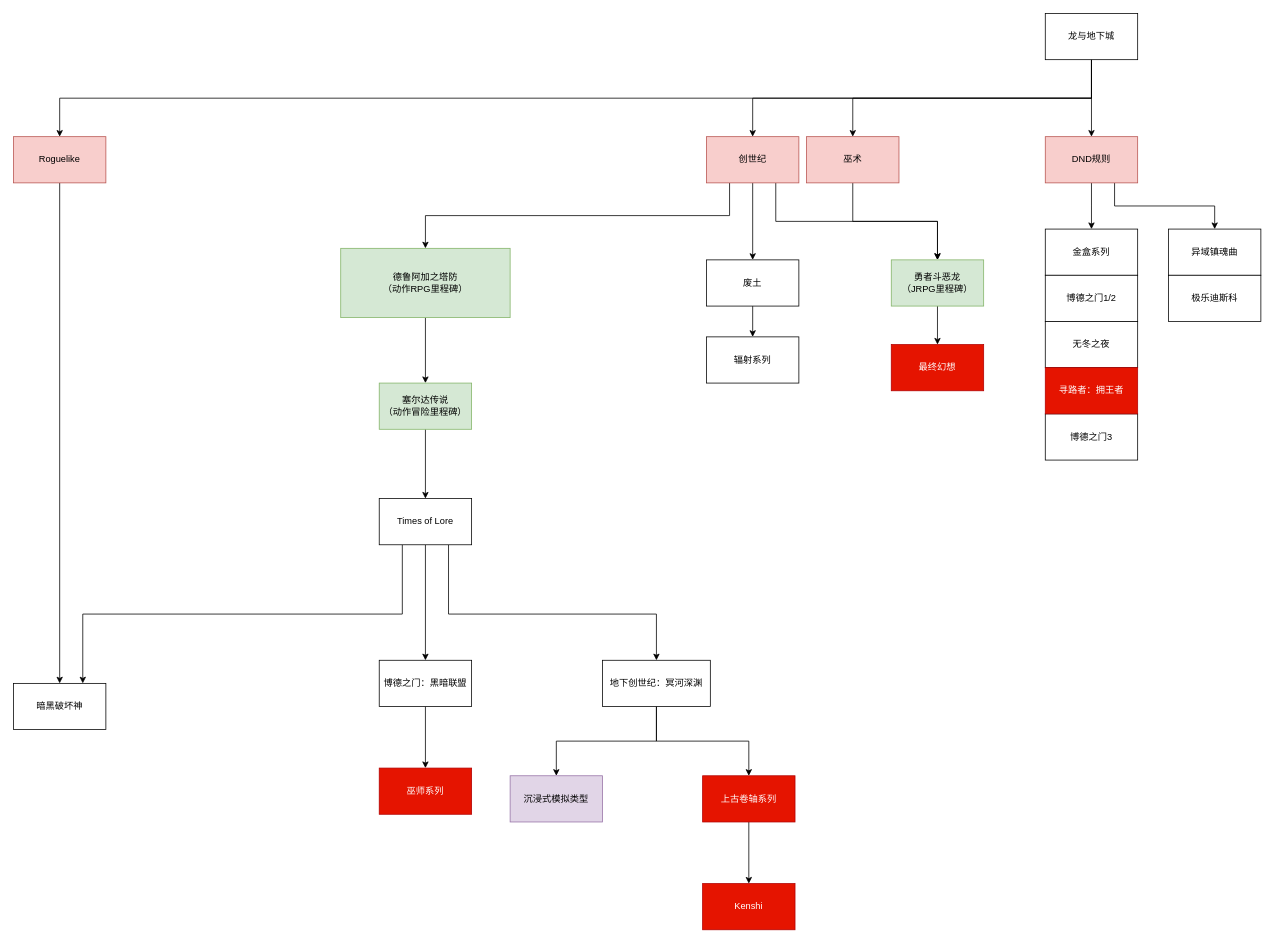
This is RPGtree.drawio from sass00n1/StartFramework, a draw.io file, before an edit. Source tidied: cells renumbered, new cells numbered last; positions are measured from the earlier drawing's top-left corner, leaving out a move shared by most shapes. Both pictures are drawn from the tidied source at 77%, with x=0, y=0 at pixel (13, 13).
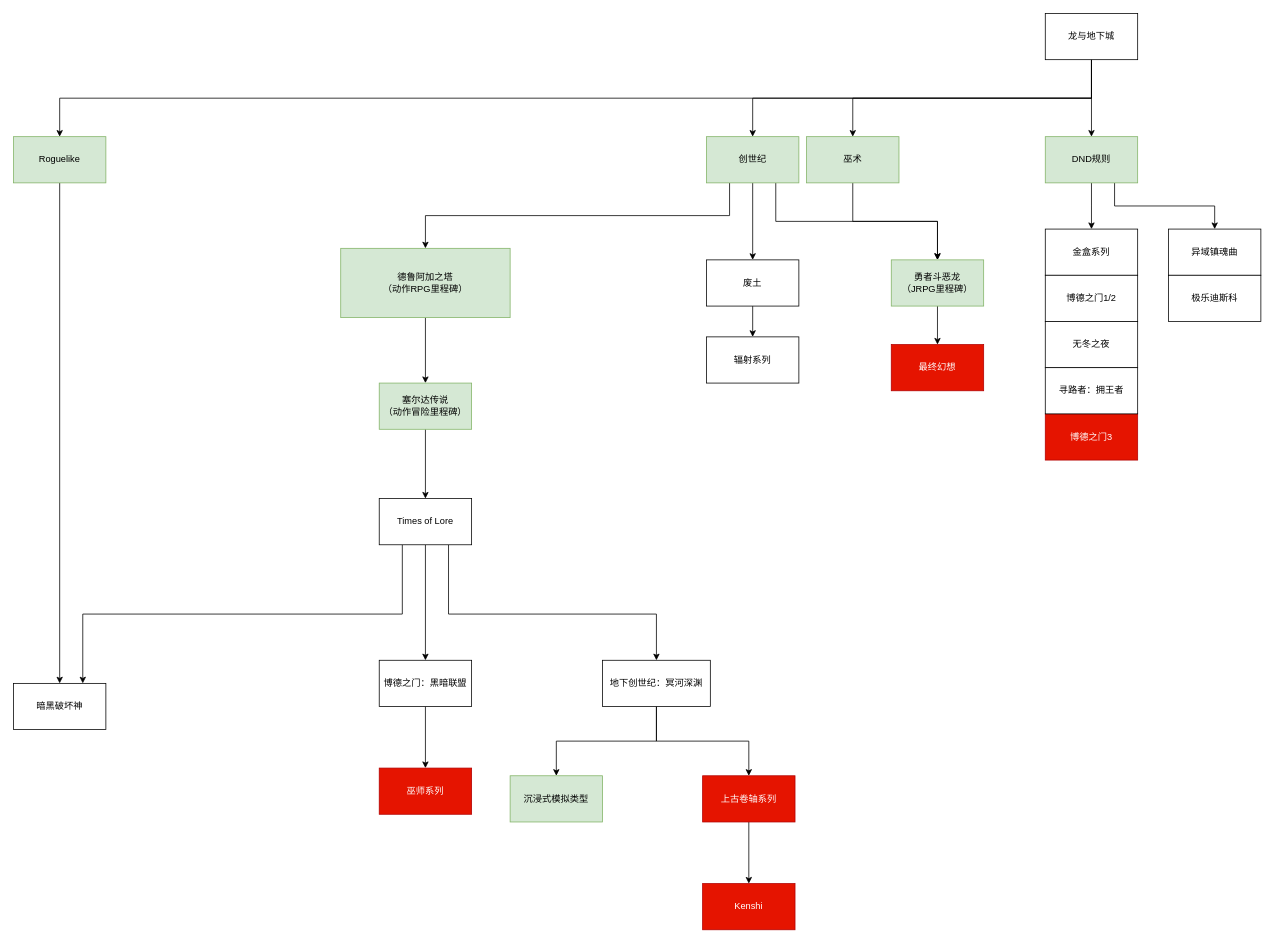
The same diagram, later.

The edit, as a diff of the source:
```diff
@@
-    <mxCell id="10" value="创世纪" style="rounded=0;whiteSpace=wrap;html=1;fillColor=#f8cecc;strokeColor=#b85450;" parent="1" vertex="1">
+    <mxCell id="10" value="创世纪" style="rounded=0;whiteSpace=wrap;html=1;fillColor=#d5e8d4;strokeColor=#82b366;" parent="1" vertex="1">
       <mxGeometry x="900" y="160" width="120" height="60" as="geometry" />
     </mxCell>
@@
-    <mxCell id="12" value="巫术" style="rounded=0;whiteSpace=wrap;html=1;fillColor=#f8cecc;strokeColor=#b85450;" parent="1" vertex="1">
+    <mxCell id="12" value="巫术" style="rounded=0;whiteSpace=wrap;html=1;fillColor=#d5e8d4;strokeColor=#82b366;" parent="1" vertex="1">
       <mxGeometry x="1030" y="160" width="120" height="60" as="geometry" />
     </mxCell>
@@
-    <mxCell id="17" value="DND规则" style="rounded=0;whiteSpace=wrap;html=1;fillColor=#f8cecc;strokeColor=#b85450;" parent="1" vertex="1">
+    <mxCell id="17" value="DND规则" style="rounded=0;whiteSpace=wrap;html=1;fillColor=#d5e8d4;strokeColor=#82b366;" parent="1" vertex="1">
       <mxGeometry x="1340" y="160" width="120" height="60" as="geometry" />
     </mxCell>
@@
-    <mxCell id="21" value="博德之门3" style="rounded=0;whiteSpace=wrap;html=1;" parent="1" vertex="1">
+    <mxCell id="21" value="博德之门3" style="rounded=0;whiteSpace=wrap;html=1;fillColor=#e51400;fontColor=#ffffff;strokeColor=#B20000;" parent="1" vertex="1">
       <mxGeometry x="1340" y="520" width="120" height="60" as="geometry" />
     </mxCell>
@@
-    <mxCell id="28" value="&lt;div&gt;德鲁阿加之塔防&lt;/div&gt;&lt;div&gt;（动作RPG里程碑）&lt;br&gt;&lt;/div&gt;" style="rounded=0;whiteSpace=wrap;html=1;fillColor=#d5e8d4;strokeColor=#82b366;" parent="1" vertex="1">
+    <mxCell id="28" value="&lt;div&gt;德鲁阿加之塔&lt;/div&gt;&lt;div&gt;（动作RPG里程碑）&lt;br&gt;&lt;/div&gt;" style="rounded=0;whiteSpace=wrap;html=1;fillColor=#d5e8d4;strokeColor=#82b366;" parent="1" vertex="1">
       <mxGeometry x="425" y="305" width="220" height="90" as="geometry" />
     </mxCell>
@@
-    <mxCell id="37" value="沉浸式模拟类型" style="rounded=0;whiteSpace=wrap;html=1;fillColor=#e1d5e7;strokeColor=#9673a6;" parent="1" vertex="1">
+    <mxCell id="37" value="沉浸式模拟类型" style="rounded=0;whiteSpace=wrap;html=1;fillColor=#d5e8d4;strokeColor=#82b366;" parent="1" vertex="1">
       <mxGeometry x="645" y="990" width="120" height="60" as="geometry" />
     </mxCell>
@@
-    <mxCell id="39" value="Roguelike" style="rounded=0;whiteSpace=wrap;html=1;fillColor=#f8cecc;strokeColor=#b85450;" parent="1" vertex="1">
+    <mxCell id="39" value="Roguelike" style="rounded=0;whiteSpace=wrap;html=1;fillColor=#d5e8d4;strokeColor=#82b366;" parent="1" vertex="1">
       <mxGeometry y="160" width="120" height="60" as="geometry" />
     </mxCell>
@@
-    <mxCell id="47" value="寻路者：拥王者" style="rounded=0;whiteSpace=wrap;html=1;fillColor=#e51400;fontColor=#ffffff;strokeColor=#B20000;" parent="1" vertex="1">
+    <mxCell id="47" value="寻路者：拥王者" style="rounded=0;whiteSpace=wrap;html=1;" parent="1" vertex="1">
       <mxGeometry x="1340" y="460" width="120" height="60" as="geometry" />
     </mxCell>
```
